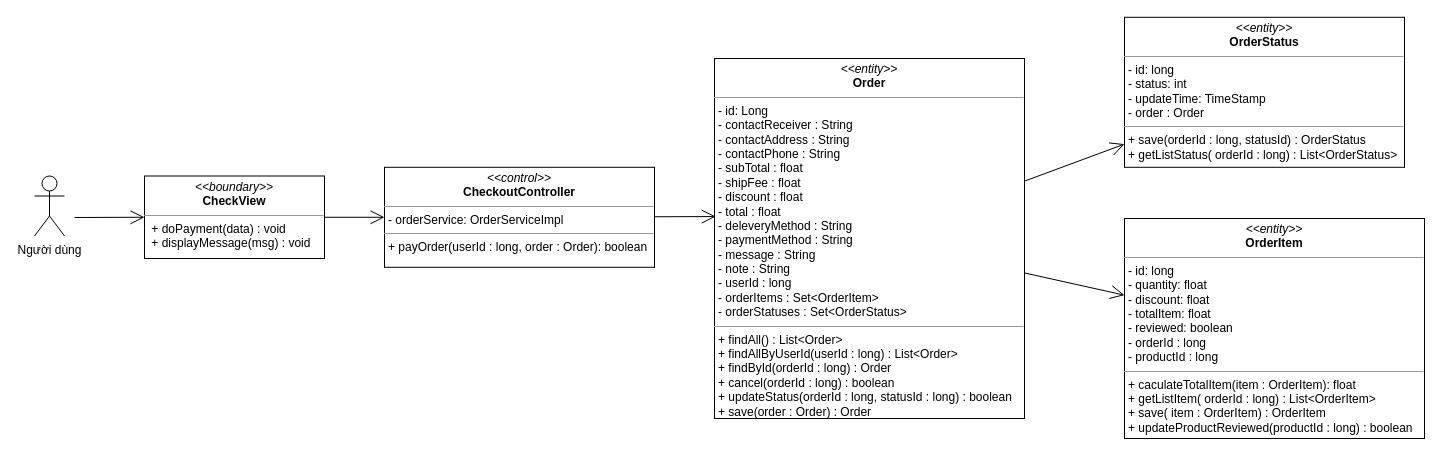
Earlier version of the draw.io diagram class diagram/chekout-class-diagram.drawio (nguyenphamvan/datn_20202). Source tidied: cells renumbered, new cells numbered last; positions are measured from the earlier drawing's top-left corner, leaving out a move shared by most shapes. Both pictures are drawn from the tidied source at 100%, with x=0, y=0 at pixel (34, 17).
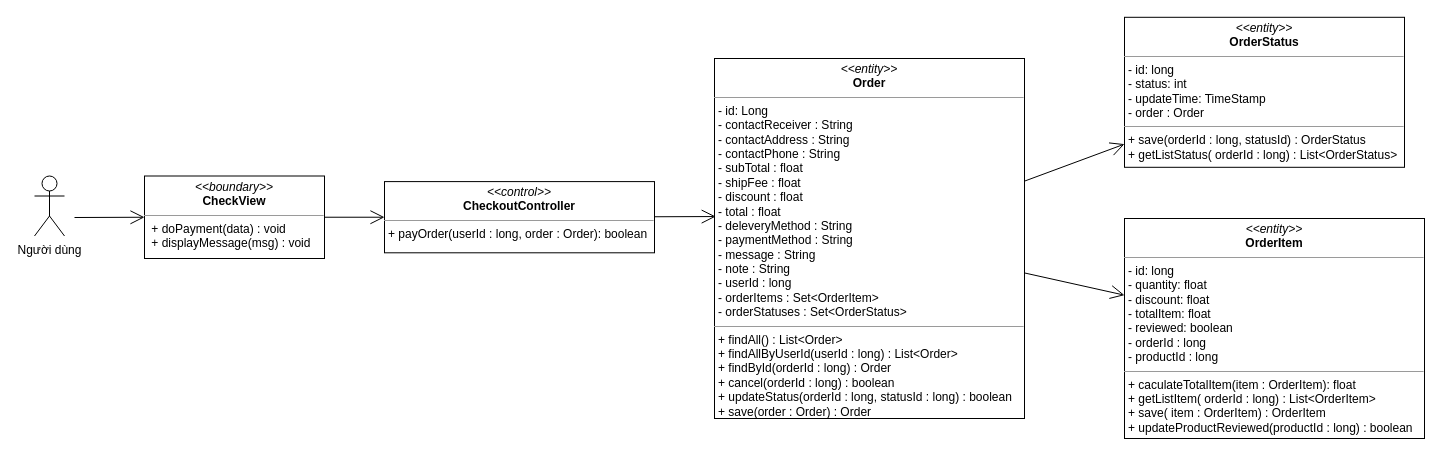
After the change.

The edit, as a diff of the source:
```diff
@@
 <mxGraphModel>
   <root>
     <mxCell id="0" />
     <mxCell id="1" parent="0" />
     <mxCell id="2" value="&lt;p style=&quot;margin: 0px ; margin-top: 4px ; text-align: center&quot;&gt;&lt;i&gt;&amp;lt;&amp;lt;boundary&amp;gt;&amp;gt;&lt;/i&gt;&lt;br&gt;&lt;b&gt;CheckView&lt;/b&gt;&lt;/p&gt;&lt;hr size=&quot;1&quot;&gt;&lt;p style=&quot;margin: 0px ; margin-left: 4px&quot;&gt;&lt;span&gt;&amp;nbsp;&lt;/span&gt;&lt;span&gt;+ doPayment(data) : void&lt;/span&gt;&lt;/p&gt;&lt;p style=&quot;margin: 0px ; margin-left: 4px&quot;&gt;&lt;span&gt;&amp;nbsp;+ displayMessage(msg) : void&lt;/span&gt;&lt;/p&gt;" style="verticalAlign=top;align=left;overflow=fill;fontSize=12;fontFamily=Helvetica;html=1;" parent="1" vertex="1">
       <mxGeometry x="110" y="158.5" width="180" height="82.5" as="geometry" />
     </mxCell>
     <mxCell id="3" value="&lt;p style=&quot;margin: 0px ; margin-top: 4px ; text-align: center&quot;&gt;&lt;i&gt;&amp;lt;&amp;lt;entity&amp;gt;&amp;gt;&lt;/i&gt;&lt;br&gt;&lt;b&gt;Order&lt;/b&gt;&lt;/p&gt;&lt;hr size=&quot;1&quot;&gt;&lt;p style=&quot;margin: 0px ; margin-left: 4px&quot;&gt;- id: Long&lt;/p&gt;&lt;p style=&quot;margin: 0px 0px 0px 4px&quot;&gt;- contactReceiver : String&lt;/p&gt;&lt;p style=&quot;margin: 0px 0px 0px 4px&quot;&gt;- contactAddress : String&lt;/p&gt;&lt;p style=&quot;margin: 0px 0px 0px 4px&quot;&gt;- contactPhone : String&lt;/p&gt;&lt;p style=&quot;margin: 0px 0px 0px 4px&quot;&gt;- subTotal : float&lt;/p&gt;&lt;p style=&quot;margin: 0px 0px 0px 4px&quot;&gt;- shipFee : float&lt;/p&gt;&lt;p style=&quot;margin: 0px 0px 0px 4px&quot;&gt;- discount : float&lt;/p&gt;&lt;p style=&quot;margin: 0px 0px 0px 4px&quot;&gt;- total : float&lt;/p&gt;&lt;p style=&quot;margin: 0px 0px 0px 4px&quot;&gt;- deleveryMethod : String&lt;/p&gt;&lt;p style=&quot;margin: 0px 0px 0px 4px&quot;&gt;- paymentMethod : String&lt;/p&gt;&lt;p style=&quot;margin: 0px 0px 0px 4px&quot;&gt;- message : String&lt;/p&gt;&lt;p style=&quot;margin: 0px 0px 0px 4px&quot;&gt;- note : String&lt;/p&gt;&lt;p style=&quot;margin: 0px 0px 0px 4px&quot;&gt;- userId : long&lt;/p&gt;&lt;p style=&quot;margin: 0px 0px 0px 4px&quot;&gt;- orderItems : Set&amp;lt;OrderItem&amp;gt;&lt;/p&gt;&lt;p style=&quot;margin: 0px 0px 0px 4px&quot;&gt;- orderStatuses : Set&amp;lt;OrderStatus&amp;gt;&lt;/p&gt;&lt;hr size=&quot;1&quot;&gt;&lt;p style=&quot;margin: 0px 0px 0px 4px&quot;&gt;+ findAll() : List&amp;lt;Order&amp;gt;&lt;/p&gt;&lt;p style=&quot;margin: 0px 0px 0px 4px&quot;&gt;+ findAllByUserId(userId : long) : List&amp;lt;Order&amp;gt;&lt;/p&gt;&lt;p style=&quot;margin: 0px 0px 0px 4px&quot;&gt;+ findById(orderId : long) : Order&lt;br&gt;&lt;/p&gt;&lt;p style=&quot;margin: 0px 0px 0px 4px&quot;&gt;+ cancel(orderId : long) : boolean&lt;br&gt;&lt;/p&gt;&lt;p style=&quot;margin: 0px 0px 0px 4px&quot;&gt;+ updateStatus(orderId : long, statusId : long) : boolean&lt;/p&gt;&lt;p style=&quot;margin: 0px 0px 0px 4px&quot;&gt;+ save(order : Order) : Order&lt;/p&gt;" style="verticalAlign=top;align=left;overflow=fill;fontSize=12;fontFamily=Helvetica;html=1;" parent="1" vertex="1">
       <mxGeometry x="680" y="41" width="310" height="360" as="geometry" />
     </mxCell>
     <mxCell id="4" value="&lt;p style=&quot;margin: 0px ; margin-top: 4px ; text-align: center&quot;&gt;&lt;i&gt;&amp;lt;&amp;lt;entity&amp;gt;&amp;gt;&lt;/i&gt;&lt;br&gt;&lt;b&gt;OrderItem&lt;/b&gt;&lt;/p&gt;&lt;hr size=&quot;1&quot;&gt;&lt;p style=&quot;margin: 0px ; margin-left: 4px&quot;&gt;- id: long&lt;/p&gt;&lt;p style=&quot;margin: 0px ; margin-left: 4px&quot;&gt;- quantity: float&lt;br&gt;- discount: float&lt;/p&gt;&lt;p style=&quot;margin: 0px ; margin-left: 4px&quot;&gt;- totalItem: float&lt;/p&gt;&lt;p style=&quot;margin: 0px ; margin-left: 4px&quot;&gt;- reviewed: boolean&lt;/p&gt;&lt;p style=&quot;margin: 0px ; margin-left: 4px&quot;&gt;- orderId : long&lt;/p&gt;&lt;p style=&quot;margin: 0px ; margin-left: 4px&quot;&gt;- productId : long&lt;/p&gt;&lt;hr size=&quot;1&quot;&gt;&lt;p style=&quot;margin: 0px 0px 0px 4px&quot;&gt;+ caculateTotalItem(item : OrderItem): float&lt;br&gt;&lt;/p&gt;&lt;p style=&quot;margin: 0px 0px 0px 4px&quot;&gt;+ getListItem( orderId : long) : List&amp;lt;OrderItem&amp;gt;&lt;br&gt;&lt;/p&gt;&lt;p style=&quot;margin: 0px 0px 0px 4px&quot;&gt;+ save( item : OrderItem) : OrderItem&lt;/p&gt;&lt;p style=&quot;margin: 0px 0px 0px 4px&quot;&gt;+ updateProductReviewed(productId : long) : boolean&lt;/p&gt;" style="verticalAlign=top;align=left;overflow=fill;fontSize=12;fontFamily=Helvetica;html=1;" parent="1" vertex="1">
       <mxGeometry x="1090" y="201" width="300" height="220" as="geometry" />
     </mxCell>
-    <mxCell id="5" value="&lt;p style=&quot;margin: 0px ; margin-top: 4px ; text-align: center&quot;&gt;&lt;i&gt;&amp;lt;&amp;lt;control&amp;gt;&amp;gt;&lt;/i&gt;&lt;br&gt;&lt;b&gt;CheckoutController&lt;/b&gt;&lt;br&gt;&lt;/p&gt;&lt;hr size=&quot;1&quot;&gt;&lt;p style=&quot;margin: 0px ; margin-left: 4px&quot;&gt;- orderService: OrderServiceImpl&lt;/p&gt;&lt;hr size=&quot;1&quot;&gt;&lt;p style=&quot;margin: 0px ; margin-left: 4px&quot;&gt;+ payOrder(userId : long, order : Order): boolean&lt;/p&gt;" style="verticalAlign=top;align=left;overflow=fill;fontSize=12;fontFamily=Helvetica;html=1;" parent="1" vertex="1">
-      <mxGeometry x="350" y="149.8" width="270" height="100" as="geometry" />
+    <mxCell id="5" value="&lt;p style=&quot;margin: 0px ; margin-top: 4px ; text-align: center&quot;&gt;&lt;i&gt;&amp;lt;&amp;lt;control&amp;gt;&amp;gt;&lt;/i&gt;&lt;br&gt;&lt;b&gt;CheckoutController&lt;/b&gt;&lt;br&gt;&lt;/p&gt;&lt;hr size=&quot;1&quot;&gt;&lt;p style=&quot;margin: 0px ; margin-left: 4px&quot;&gt;&lt;/p&gt;&lt;p style=&quot;margin: 0px ; margin-left: 4px&quot;&gt;+ payOrder(userId : long, order : Order): boolean&lt;/p&gt;" style="verticalAlign=top;align=left;overflow=fill;fontSize=12;fontFamily=Helvetica;html=1;" parent="1" vertex="1">
+      <mxGeometry x="350" y="164.1" width="270" height="71.2" as="geometry" />
     </mxCell>
     <mxCell id="6" style="endArrow=open;endFill=1;endSize=12;html=1;entryX=0.004;entryY=0.439;entryDx=0;entryDy=0;entryPerimeter=0;" parent="1" edge="1" source="5" target="3">
       <mxGeometry relative="1" as="geometry" />
     </mxCell>
     <mxCell id="7" value="&lt;p style=&quot;margin: 0px ; margin-top: 4px ; text-align: center&quot;&gt;&lt;i&gt;&amp;lt;&amp;lt;entity&amp;gt;&amp;gt;&lt;/i&gt;&lt;br&gt;&lt;b&gt;OrderStatus&lt;/b&gt;&lt;/p&gt;&lt;hr size=&quot;1&quot;&gt;&lt;p style=&quot;margin: 0px ; margin-left: 4px&quot;&gt;- id: long&lt;/p&gt;&lt;p style=&quot;margin: 0px ; margin-left: 4px&quot;&gt;- status: int&lt;br&gt;- updateTime: TimeStamp&lt;/p&gt;&lt;p style=&quot;margin: 0px ; margin-left: 4px&quot;&gt;- order : Order&lt;/p&gt;&lt;hr size=&quot;1&quot;&gt;&lt;p style=&quot;margin: 0px ; margin-left: 4px&quot;&gt;+ save(orderId : long, statusId) : OrderStatus&lt;/p&gt;&lt;p style=&quot;margin: 0px ; margin-left: 4px&quot;&gt;+ getListStatus( orderId : long) : List&amp;lt;OrderStatus&amp;gt;&lt;/p&gt;" style="verticalAlign=top;align=left;overflow=fill;fontSize=12;fontFamily=Helvetica;html=1;" parent="1" vertex="1">
       <mxGeometry x="1090" y="-0.2" width="280" height="150" as="geometry" />
     </mxCell>
     <mxCell id="8" style="endArrow=open;endFill=1;endSize=12;html=1;" parent="1" edge="1" source="3" target="7">
       <mxGeometry relative="1" as="geometry" />
     </mxCell>
     <mxCell id="9" style="endArrow=open;endFill=1;endSize=12;html=1;" parent="1" edge="1" source="3" target="4">
       <mxGeometry relative="1" as="geometry" />
     </mxCell>
     <mxCell id="10" style="endArrow=open;endFill=1;endSize=12;html=1;" parent="1" edge="1" source="2" target="5">
       <mxGeometry relative="1" as="geometry" />
     </mxCell>
     <mxCell id="11" value="Người dùng" style="shape=umlActor;verticalLabelPosition=bottom;verticalAlign=top;html=1;" parent="1" vertex="1">
       <mxGeometry y="158.5" width="30" height="60" as="geometry" />
     </mxCell>
     <mxCell id="12" style="endArrow=open;endFill=1;endSize=12;html=1;entryX=0;entryY=0.5;entryDx=0;entryDy=0;" parent="1" edge="1" target="2">
       <mxGeometry relative="1" as="geometry">
         <mxPoint x="40" y="200" as="sourcePoint" />
       </mxGeometry>
     </mxCell>
   </root>
 </mxGraphModel>
```
